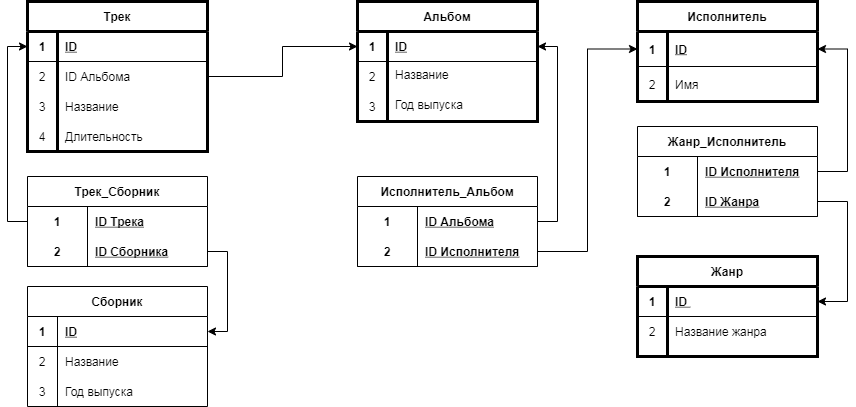
hochu-leto/music-site keeps this draw.io diagram as music_site_schema.png. Above is the earlier version. Source tidied: cells renumbered, new cells last; positions are measured from the earlier drawing's top-left corner, leaving out a move shared by most shapes. Its diagram source:
```xml
<mxGraphModel>
  <root>
    <mxCell id="0" />
    <mxCell id="1" parent="0" />
    <mxCell id="2" value="Альбом" style="shape=table;startSize=30;rowLines=0;fontStyle=1;align=center;strokeWidth=3;fillColor=none;" parent="1" vertex="1">
      <mxGeometry x="330" width="180" height="120" as="geometry" />
    </mxCell>
    <mxCell id="3" style="shape=partialRectangle;fillColor=none;top=0;left=0;bottom=1;right=0;points=[[0,0.5],[1,0.5]];portConstraint=eastwest;" parent="2" vertex="1">
      <mxGeometry y="30" width="180" height="30" as="geometry" />
    </mxCell>
    <mxCell id="4" value="1" style="shape=partialRectangle;fillColor=none;top=0;left=0;bottom=0;right=0;fontStyle=1;overflow=hidden;" parent="3" vertex="1">
      <mxGeometry width="30" height="30" as="geometry" />
    </mxCell>
    <mxCell id="5" value="ID" style="shape=partialRectangle;fillColor=none;top=0;left=0;bottom=0;right=0;align=left;spacingLeft=6;fontStyle=5;overflow=hidden;" parent="3" vertex="1">
      <mxGeometry x="30" width="150" height="30" as="geometry" />
    </mxCell>
    <mxCell id="6" style="shape=partialRectangle;fillColor=none;top=0;left=0;bottom=0;right=0;" parent="2" vertex="1">
      <mxGeometry y="60" width="180" height="30" as="geometry" />
    </mxCell>
    <mxCell id="7" value="2" style="shape=partialRectangle;fillColor=none;top=0;left=0;bottom=0;right=0;overflow=hidden;" parent="6" vertex="1">
      <mxGeometry width="30" height="30" as="geometry" />
    </mxCell>
    <mxCell id="8" value="Название" style="shape=partialRectangle;fillColor=none;top=0;left=0;bottom=0;right=0;align=left;spacingLeft=6;overflow=hidden;verticalAlign=top;" parent="6" vertex="1">
      <mxGeometry x="30" width="150" height="30" as="geometry" />
    </mxCell>
    <mxCell id="9" style="shape=partialRectangle;fillColor=none;top=0;left=0;bottom=0;right=0;" parent="2" vertex="1">
      <mxGeometry y="90" width="180" height="30" as="geometry" />
    </mxCell>
    <mxCell id="10" value="3" style="shape=partialRectangle;fillColor=none;top=0;left=0;bottom=0;right=0;overflow=hidden;" parent="9" vertex="1">
      <mxGeometry width="30" height="30" as="geometry" />
    </mxCell>
    <mxCell id="11" value="Год выпуска&#10;" style="shape=partialRectangle;fillColor=none;top=0;left=0;bottom=0;right=0;align=left;spacingLeft=6;overflow=hidden;verticalAlign=top;" parent="9" vertex="1">
      <mxGeometry x="30" width="150" height="30" as="geometry" />
    </mxCell>
    <mxCell id="12" value="Исполнитель" style="shape=table;startSize=30;rowLines=0;fontStyle=1;align=center;strokeWidth=3;fillColor=none;labelBorderColor=none;" parent="1" vertex="1">
      <mxGeometry x="610" width="180" height="100" as="geometry" />
    </mxCell>
    <mxCell id="13" style="shape=partialRectangle;fillColor=none;top=0;left=0;bottom=1;right=0;points=[[0,0.5],[1,0.5]];portConstraint=eastwest;" parent="12" vertex="1">
      <mxGeometry y="30" width="180" height="35" as="geometry" />
    </mxCell>
    <mxCell id="14" value="1" style="shape=partialRectangle;fillColor=none;top=0;left=0;bottom=0;right=0;fontStyle=1;overflow=hidden;" parent="13" vertex="1">
      <mxGeometry width="30" height="35" as="geometry" />
    </mxCell>
    <mxCell id="15" value="ID" style="shape=partialRectangle;fillColor=none;top=0;left=0;bottom=0;right=0;align=left;spacingLeft=6;fontStyle=5;overflow=hidden;" parent="13" vertex="1">
      <mxGeometry x="30" width="150" height="35" as="geometry" />
    </mxCell>
    <mxCell id="16" style="shape=partialRectangle;fillColor=none;top=0;left=0;bottom=0;right=0;" parent="12" vertex="1">
      <mxGeometry y="65" width="180" height="35" as="geometry" />
    </mxCell>
    <mxCell id="17" value="2" style="shape=partialRectangle;fillColor=none;top=0;left=0;bottom=0;right=0;overflow=hidden;" parent="16" vertex="1">
      <mxGeometry width="30" height="35" as="geometry" />
    </mxCell>
    <mxCell id="18" value="Имя" style="shape=partialRectangle;fillColor=none;top=0;left=0;bottom=0;right=0;align=left;spacingLeft=6;overflow=hidden;" parent="16" vertex="1">
      <mxGeometry x="30" width="150" height="35" as="geometry" />
    </mxCell>
    <mxCell id="19" style="edgeStyle=orthogonalEdgeStyle;rounded=0;jettySize=auto;html=1;exitX=1;exitY=0.5;exitDx=0;exitDy=0;entryX=0;entryY=0.5;entryDx=0;entryDy=0;" parent="1" edge="1" source="20" target="3">
      <mxGeometry relative="1" as="geometry" />
    </mxCell>
    <mxCell id="20" value="Трек" style="shape=table;startSize=30;rowLines=0;fontStyle=1;align=center;strokeWidth=3;fillColor=none;" parent="1" vertex="1">
      <mxGeometry width="180" height="150" as="geometry" />
    </mxCell>
    <mxCell id="21" style="shape=partialRectangle;fillColor=none;top=0;left=0;bottom=1;right=0;points=[[0,0.5],[1,0.5]];portConstraint=eastwest;" parent="20" vertex="1">
      <mxGeometry y="30" width="180" height="30" as="geometry" />
    </mxCell>
    <mxCell id="22" value="1" style="shape=partialRectangle;fillColor=none;top=0;left=0;bottom=0;right=0;fontStyle=1;overflow=hidden;" parent="21" vertex="1">
      <mxGeometry width="30" height="30" as="geometry" />
    </mxCell>
    <mxCell id="23" value="ID" style="shape=partialRectangle;fillColor=none;top=0;left=0;bottom=0;right=0;align=left;spacingLeft=6;fontStyle=5;overflow=hidden;" parent="21" vertex="1">
      <mxGeometry x="30" width="150" height="30" as="geometry" />
    </mxCell>
    <mxCell id="24" style="shape=partialRectangle;fillColor=none;top=0;left=0;bottom=0;right=0;" parent="20" vertex="1">
      <mxGeometry y="60" width="180" height="30" as="geometry" />
    </mxCell>
    <mxCell id="25" value="2" style="shape=partialRectangle;fillColor=none;top=0;left=0;bottom=0;right=0;overflow=hidden;" parent="24" vertex="1">
      <mxGeometry width="30" height="30" as="geometry" />
    </mxCell>
    <mxCell id="26" value="ID Альбома" style="shape=partialRectangle;fillColor=none;top=0;left=0;bottom=0;right=0;align=left;spacingLeft=6;overflow=hidden;" parent="24" vertex="1">
      <mxGeometry x="30" width="150" height="30" as="geometry" />
    </mxCell>
    <mxCell id="27" style="shape=partialRectangle;fillColor=none;top=0;left=0;bottom=0;right=0;" parent="20" vertex="1">
      <mxGeometry y="90" width="180" height="30" as="geometry" />
    </mxCell>
    <mxCell id="28" value="3" style="shape=partialRectangle;fillColor=none;top=0;left=0;bottom=0;right=0;overflow=hidden;" parent="27" vertex="1">
      <mxGeometry width="30" height="30" as="geometry" />
    </mxCell>
    <mxCell id="29" value="Название" style="shape=partialRectangle;fillColor=none;top=0;left=0;bottom=0;right=0;align=left;spacingLeft=6;overflow=hidden;" parent="27" vertex="1">
      <mxGeometry x="30" width="150" height="30" as="geometry" />
    </mxCell>
    <mxCell id="30" style="shape=partialRectangle;fillColor=none;top=0;left=0;bottom=0;right=0;" parent="20" vertex="1">
      <mxGeometry y="120" width="180" height="30" as="geometry" />
    </mxCell>
    <mxCell id="31" value="4" style="shape=partialRectangle;fillColor=none;top=0;left=0;bottom=0;right=0;overflow=hidden;" parent="30" vertex="1">
      <mxGeometry width="30" height="30" as="geometry" />
    </mxCell>
    <mxCell id="32" value="Длительность" style="shape=partialRectangle;fillColor=none;top=0;left=0;bottom=0;right=0;align=left;spacingLeft=6;overflow=hidden;" parent="30" vertex="1">
      <mxGeometry x="30" width="150" height="30" as="geometry" />
    </mxCell>
    <mxCell id="33" value="Жанр" style="shape=table;startSize=30;rowLines=0;fontStyle=1;align=center;strokeWidth=3;fillColor=none;" parent="1" vertex="1">
      <mxGeometry x="610" y="255" width="180" height="100" as="geometry" />
    </mxCell>
    <mxCell id="34" style="shape=partialRectangle;fillColor=none;top=0;left=0;bottom=1;right=0;points=[[0,0.5],[1,0.5]];portConstraint=eastwest;" parent="33" vertex="1">
      <mxGeometry y="30" width="180" height="30" as="geometry" />
    </mxCell>
    <mxCell id="35" value="1" style="shape=partialRectangle;fillColor=none;top=0;left=0;bottom=0;right=0;fontStyle=1;overflow=hidden;" parent="34" vertex="1">
      <mxGeometry width="30" height="30" as="geometry" />
    </mxCell>
    <mxCell id="36" value="ID " style="shape=partialRectangle;fillColor=none;top=0;left=0;bottom=0;right=0;align=left;spacingLeft=6;fontStyle=5;overflow=hidden;" parent="34" vertex="1">
      <mxGeometry x="30" width="150" height="30" as="geometry" />
    </mxCell>
    <mxCell id="37" style="shape=partialRectangle;fillColor=none;top=0;left=0;bottom=0;right=0;" parent="33" vertex="1">
      <mxGeometry y="60" width="180" height="30" as="geometry" />
    </mxCell>
    <mxCell id="38" value="2" style="shape=partialRectangle;fillColor=none;top=0;left=0;bottom=0;right=0;overflow=hidden;" parent="37" vertex="1">
      <mxGeometry width="30" height="30" as="geometry" />
    </mxCell>
    <mxCell id="39" value="Название жанра" style="shape=partialRectangle;fillColor=none;top=0;left=0;bottom=0;right=0;align=left;spacingLeft=6;overflow=hidden;" parent="37" vertex="1">
      <mxGeometry x="30" width="150" height="30" as="geometry" />
    </mxCell>
    <mxCell id="40" value="Жанр_Исполнитель" style="shape=table;startSize=30;rowLines=0;fontStyle=1;align=center;" parent="1" vertex="1">
      <mxGeometry x="610" y="125" width="180" height="90" as="geometry" />
    </mxCell>
    <mxCell id="41" style="shape=partialRectangle;fillColor=none;top=0;left=0;bottom=0;right=0;points=[[0,0.5],[1,0.5]];portConstraint=eastwest;" parent="40" vertex="1">
      <mxGeometry y="30" width="180" height="30" as="geometry" />
    </mxCell>
    <mxCell id="42" value="1" style="shape=partialRectangle;fillColor=none;top=0;left=0;bottom=0;right=0;fontStyle=1;overflow=hidden;" parent="41" vertex="1">
      <mxGeometry width="60" height="30" as="geometry" />
    </mxCell>
    <mxCell id="43" value="ID Исполнителя" style="shape=partialRectangle;fillColor=none;top=0;left=0;bottom=0;right=0;align=left;spacingLeft=6;fontStyle=5;overflow=hidden;" parent="41" vertex="1">
      <mxGeometry x="60" width="120" height="30" as="geometry" />
    </mxCell>
    <mxCell id="44" style="shape=partialRectangle;fillColor=none;top=0;left=0;bottom=1;right=0;points=[[0,0.5],[1,0.5]];portConstraint=eastwest;" parent="40" vertex="1">
      <mxGeometry y="60" width="180" height="30" as="geometry" />
    </mxCell>
    <mxCell id="45" value="2" style="shape=partialRectangle;fillColor=none;top=0;left=0;bottom=0;right=0;fontStyle=1;overflow=hidden;" parent="44" vertex="1">
      <mxGeometry width="60" height="30" as="geometry" />
    </mxCell>
    <mxCell id="46" value="ID Жанра" style="shape=partialRectangle;fillColor=none;top=0;left=0;bottom=0;right=0;align=left;spacingLeft=6;fontStyle=5;overflow=hidden;" parent="44" vertex="1">
      <mxGeometry x="60" width="120" height="30" as="geometry" />
    </mxCell>
    <mxCell id="47" value="Исполнитель_Альбом" style="shape=table;startSize=30;rowLines=0;fontStyle=1;align=center;" parent="1" vertex="1">
      <mxGeometry x="330" y="175" width="180" height="90" as="geometry" />
    </mxCell>
    <mxCell id="48" style="shape=partialRectangle;fillColor=none;top=0;left=0;bottom=0;right=0;points=[[0,0.5],[1,0.5]];portConstraint=eastwest;" parent="47" vertex="1">
      <mxGeometry y="30" width="180" height="30" as="geometry" />
    </mxCell>
    <mxCell id="49" value="1" style="shape=partialRectangle;fillColor=none;top=0;left=0;bottom=0;right=0;fontStyle=1;overflow=hidden;" parent="48" vertex="1">
      <mxGeometry width="60" height="30" as="geometry" />
    </mxCell>
    <mxCell id="50" value="ID Альбома" style="shape=partialRectangle;fillColor=none;top=0;left=0;bottom=0;right=0;align=left;spacingLeft=6;fontStyle=5;overflow=hidden;" parent="48" vertex="1">
      <mxGeometry x="60" width="120" height="30" as="geometry" />
    </mxCell>
    <mxCell id="51" style="shape=partialRectangle;fillColor=none;top=0;left=0;bottom=1;right=0;points=[[0,0.5],[1,0.5]];portConstraint=eastwest;" parent="47" vertex="1">
      <mxGeometry y="60" width="180" height="30" as="geometry" />
    </mxCell>
    <mxCell id="52" value="2" style="shape=partialRectangle;fillColor=none;top=0;left=0;bottom=0;right=0;fontStyle=1;overflow=hidden;" parent="51" vertex="1">
      <mxGeometry width="60" height="30" as="geometry" />
    </mxCell>
    <mxCell id="53" value="ID Исполнителя" style="shape=partialRectangle;fillColor=none;top=0;left=0;bottom=0;right=0;align=left;spacingLeft=6;fontStyle=5;overflow=hidden;" parent="51" vertex="1">
      <mxGeometry x="60" width="120" height="30" as="geometry" />
    </mxCell>
    <mxCell id="54" style="edgeStyle=entityRelationEdgeStyle;fontSize=12;html=1;endArrow=classic;endFill=1;startArrow=none;entryX=1;entryY=0.5;entryDx=0;entryDy=0;exitX=1;exitY=0.5;exitDx=0;exitDy=0;startFill=0;rounded=0;" parent="1" edge="1" source="41" target="13">
      <mxGeometry relative="1" as="geometry" />
    </mxCell>
    <mxCell id="55" style="edgeStyle=entityRelationEdgeStyle;fontSize=12;html=1;endArrow=none;startArrow=classic;entryX=1;entryY=0.5;entryDx=0;entryDy=0;exitX=1;exitY=0.5;exitDx=0;exitDy=0;startFill=1;endFill=0;rounded=0;" parent="1" edge="1" source="34" target="44">
      <mxGeometry relative="1" as="geometry" />
    </mxCell>
    <mxCell id="56" style="edgeStyle=orthogonalEdgeStyle;rounded=0;jettySize=auto;html=1;exitX=0;exitY=0.5;exitDx=0;exitDy=0;entryX=1;entryY=0.5;entryDx=0;entryDy=0;startArrow=classic;startFill=1;endArrow=none;endFill=0;" parent="1" edge="1" source="13" target="51">
      <mxGeometry relative="1" as="geometry" />
    </mxCell>
    <mxCell id="57" style="edgeStyle=orthogonalEdgeStyle;rounded=0;jettySize=auto;html=1;exitX=1;exitY=0.5;exitDx=0;exitDy=0;entryX=1;entryY=0.5;entryDx=0;entryDy=0;startArrow=none;startFill=0;endArrow=classic;endFill=1;" parent="1" edge="1" source="48" target="3">
      <mxGeometry relative="1" as="geometry" />
    </mxCell>
    <mxCell id="58" value="Сборник" style="shape=table;startSize=30;rowLines=0;fontStyle=1;align=center;" parent="1" vertex="1">
      <mxGeometry y="285" width="180" height="120" as="geometry" />
    </mxCell>
    <mxCell id="59" style="shape=partialRectangle;fillColor=none;top=0;left=0;bottom=1;right=0;points=[[0,0.5],[1,0.5]];portConstraint=eastwest;" parent="58" vertex="1">
      <mxGeometry y="30" width="180" height="30" as="geometry" />
    </mxCell>
    <mxCell id="60" value="1" style="shape=partialRectangle;fillColor=none;top=0;left=0;bottom=0;right=0;fontStyle=1;overflow=hidden;" parent="59" vertex="1">
      <mxGeometry width="30" height="30" as="geometry" />
    </mxCell>
    <mxCell id="61" value="ID" style="shape=partialRectangle;fillColor=none;top=0;left=0;bottom=0;right=0;align=left;spacingLeft=6;fontStyle=5;overflow=hidden;" parent="59" vertex="1">
      <mxGeometry x="30" width="150" height="30" as="geometry" />
    </mxCell>
    <mxCell id="62" style="shape=partialRectangle;fillColor=none;top=0;left=0;bottom=0;right=0;" parent="58" vertex="1">
      <mxGeometry y="60" width="180" height="30" as="geometry" />
    </mxCell>
    <mxCell id="63" value="2" style="shape=partialRectangle;fillColor=none;top=0;left=0;bottom=0;right=0;overflow=hidden;" parent="62" vertex="1">
      <mxGeometry width="30" height="30" as="geometry" />
    </mxCell>
    <mxCell id="64" value="Название" style="shape=partialRectangle;fillColor=none;top=0;left=0;bottom=0;right=0;align=left;spacingLeft=6;overflow=hidden;" parent="62" vertex="1">
      <mxGeometry x="30" width="150" height="30" as="geometry" />
    </mxCell>
    <mxCell id="65" style="shape=partialRectangle;fillColor=none;top=0;left=0;bottom=0;right=0;" parent="58" vertex="1">
      <mxGeometry y="90" width="180" height="30" as="geometry" />
    </mxCell>
    <mxCell id="66" value="3" style="shape=partialRectangle;fillColor=none;top=0;left=0;bottom=0;right=0;overflow=hidden;" parent="65" vertex="1">
      <mxGeometry width="30" height="30" as="geometry" />
    </mxCell>
    <mxCell id="67" value="Год выпуска" style="shape=partialRectangle;fillColor=none;top=0;left=0;bottom=0;right=0;align=left;spacingLeft=6;overflow=hidden;" parent="65" vertex="1">
      <mxGeometry x="30" width="150" height="30" as="geometry" />
    </mxCell>
    <mxCell id="68" value="Трек_Сборник" style="shape=table;startSize=30;rowLines=0;fontStyle=1;align=center;" parent="1" vertex="1">
      <mxGeometry y="175" width="180" height="90" as="geometry" />
    </mxCell>
    <mxCell id="69" style="shape=partialRectangle;fillColor=none;top=0;left=0;bottom=0;right=0;points=[[0,0.5],[1,0.5]];portConstraint=eastwest;" parent="68" vertex="1">
      <mxGeometry y="30" width="180" height="30" as="geometry" />
    </mxCell>
    <mxCell id="70" value="1" style="shape=partialRectangle;fillColor=none;top=0;left=0;bottom=0;right=0;fontStyle=1;overflow=hidden;" parent="69" vertex="1">
      <mxGeometry width="60" height="30" as="geometry" />
    </mxCell>
    <mxCell id="71" value="ID Трека" style="shape=partialRectangle;fillColor=none;top=0;left=0;bottom=0;right=0;align=left;spacingLeft=6;fontStyle=5;overflow=hidden;" parent="69" vertex="1">
      <mxGeometry x="60" width="120" height="30" as="geometry" />
    </mxCell>
    <mxCell id="72" style="shape=partialRectangle;fillColor=none;top=0;left=0;bottom=1;right=0;points=[[0,0.5],[1,0.5]];portConstraint=eastwest;" parent="68" vertex="1">
      <mxGeometry y="60" width="180" height="30" as="geometry" />
    </mxCell>
    <mxCell id="73" value="2" style="shape=partialRectangle;fillColor=none;top=0;left=0;bottom=0;right=0;fontStyle=1;overflow=hidden;" parent="72" vertex="1">
      <mxGeometry width="60" height="30" as="geometry" />
    </mxCell>
    <mxCell id="74" value="ID Сборника" style="shape=partialRectangle;fillColor=none;top=0;left=0;bottom=0;right=0;align=left;spacingLeft=6;fontStyle=5;overflow=hidden;" parent="72" vertex="1">
      <mxGeometry x="60" width="120" height="30" as="geometry" />
    </mxCell>
    <mxCell id="75" style="edgeStyle=orthogonalEdgeStyle;rounded=0;jettySize=auto;html=1;exitX=1;exitY=0.5;exitDx=0;exitDy=0;entryX=1;entryY=0.5;entryDx=0;entryDy=0;startArrow=classic;startFill=1;endArrow=none;endFill=0;" parent="1" edge="1" source="59" target="72">
      <mxGeometry relative="1" as="geometry" />
    </mxCell>
    <mxCell id="76" style="edgeStyle=orthogonalEdgeStyle;rounded=0;jettySize=auto;html=1;exitX=0;exitY=0.5;exitDx=0;exitDy=0;entryX=0;entryY=0.5;entryDx=0;entryDy=0;startArrow=classic;startFill=1;endArrow=none;endFill=0;" parent="1" edge="1" source="21" target="69">
      <mxGeometry relative="1" as="geometry" />
    </mxCell>
  </root>
</mxGraphModel>
```
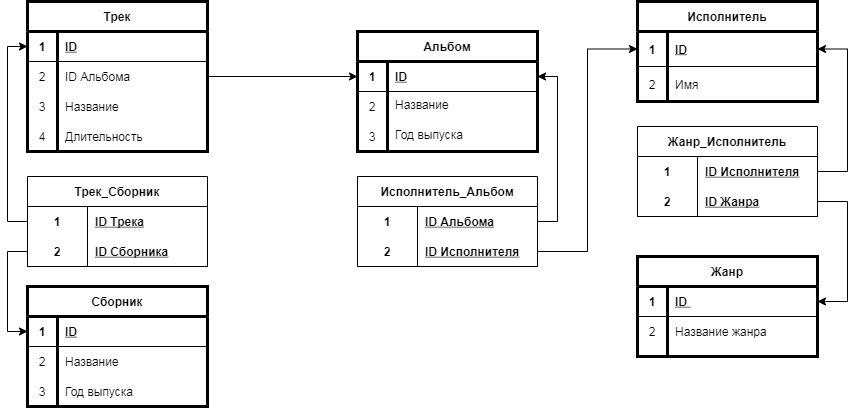
Above is the later version.

Change to the diagram source:
```diff
@@ -3,7 +3,7 @@
     <mxCell id="0" />
     <mxCell id="1" parent="0" />
     <mxCell id="2" value="Альбом" style="shape=table;startSize=30;rowLines=0;fontStyle=1;align=center;strokeWidth=3;fillColor=none;" parent="1" vertex="1">
-      <mxGeometry x="330" width="180" height="120" as="geometry" />
+      <mxGeometry x="330" y="30" width="180" height="120" as="geometry" />
     </mxCell>
     <mxCell id="3" style="shape=partialRectangle;fillColor=none;top=0;left=0;bottom=1;right=0;points=[[0,0.5],[1,0.5]];portConstraint=eastwest;" parent="2" vertex="1">
       <mxGeometry y="30" width="180" height="30" as="geometry" />
@@ -170,7 +170,7 @@
     <mxCell id="57" style="edgeStyle=orthogonalEdgeStyle;rounded=0;jettySize=auto;html=1;exitX=1;exitY=0.5;exitDx=0;exitDy=0;entryX=1;entryY=0.5;entryDx=0;entryDy=0;startArrow=none;startFill=0;endArrow=classic;endFill=1;" parent="1" edge="1" source="48" target="3">
       <mxGeometry relative="1" as="geometry" />
     </mxCell>
-    <mxCell id="58" value="Сборник" style="shape=table;startSize=30;rowLines=0;fontStyle=1;align=center;" parent="1" vertex="1">
+    <mxCell id="58" value="Сборник" style="shape=table;startSize=30;rowLines=0;fontStyle=1;align=center;strokeWidth=3;" parent="1" vertex="1">
       <mxGeometry y="285" width="180" height="120" as="geometry" />
     </mxCell>
     <mxCell id="59" style="shape=partialRectangle;fillColor=none;top=0;left=0;bottom=1;right=0;points=[[0,0.5],[1,0.5]];portConstraint=eastwest;" parent="58" vertex="1">
@@ -221,8 +221,13 @@
     <mxCell id="74" value="ID Сборника" style="shape=partialRectangle;fillColor=none;top=0;left=0;bottom=0;right=0;align=left;spacingLeft=6;fontStyle=5;overflow=hidden;" parent="72" vertex="1">
       <mxGeometry x="60" width="120" height="30" as="geometry" />
     </mxCell>
-    <mxCell id="75" style="edgeStyle=orthogonalEdgeStyle;rounded=0;jettySize=auto;html=1;exitX=1;exitY=0.5;exitDx=0;exitDy=0;entryX=1;entryY=0.5;entryDx=0;entryDy=0;startArrow=classic;startFill=1;endArrow=none;endFill=0;" parent="1" edge="1" source="59" target="72">
-      <mxGeometry relative="1" as="geometry" />
+    <mxCell id="75" style="edgeStyle=orthogonalEdgeStyle;rounded=0;jettySize=auto;html=1;exitX=0;exitY=0.5;exitDx=0;exitDy=0;entryX=0;entryY=0.5;entryDx=0;entryDy=0;startArrow=classic;startFill=1;endArrow=none;endFill=0;" parent="1" edge="1" source="59" target="72">
+      <mxGeometry relative="1" as="geometry">
+        <Array as="points">
+          <mxPoint x="-20" y="330" />
+          <mxPoint x="-20" y="250" />
+        </Array>
+      </mxGeometry>
     </mxCell>
     <mxCell id="76" style="edgeStyle=orthogonalEdgeStyle;rounded=0;jettySize=auto;html=1;exitX=0;exitY=0.5;exitDx=0;exitDy=0;entryX=0;entryY=0.5;entryDx=0;entryDy=0;startArrow=classic;startFill=1;endArrow=none;endFill=0;" parent="1" edge="1" source="21" target="69">
       <mxGeometry relative="1" as="geometry" />
```
